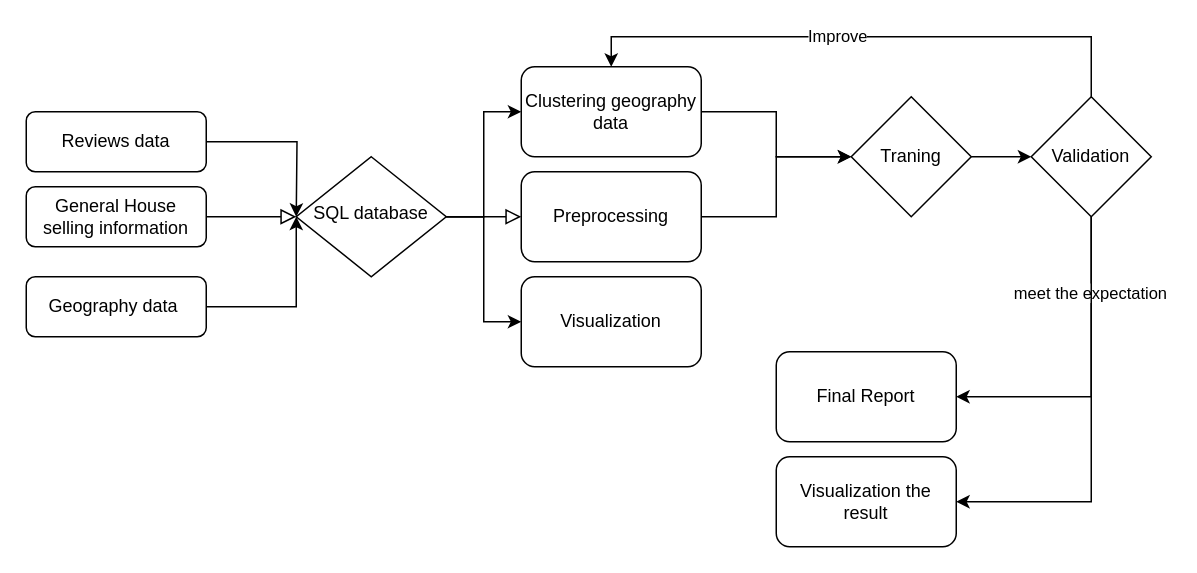
Before: Untitled Diagram.drawio in sakuraszy/STATS-170A-Group, a draw.io diagram. Source tidied: cells renumbered, new cells numbered last; positions are measured from the earlier drawing's top-left corner, leaving out a move shared by most shapes. Both pictures are drawn from the tidied source at 150%, with x=0, y=0 at pixel (26, 36).
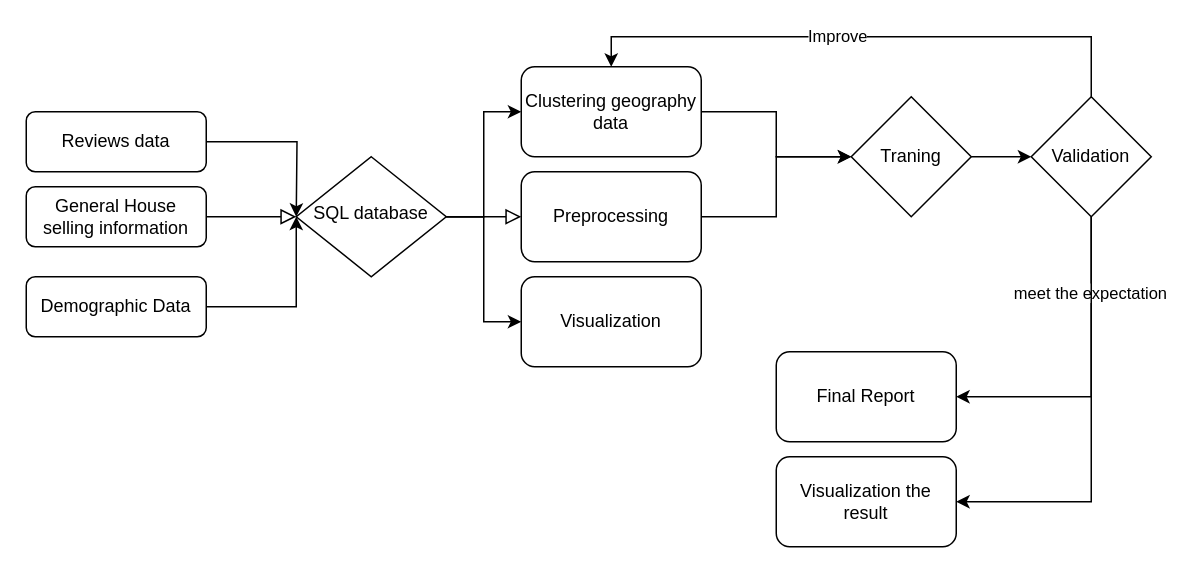
The same page after the edit.

What changed in the source:
```diff
@@
-    <mxCell id="11" value="Geography data&amp;nbsp;" style="rounded=1;whiteSpace=wrap;html=1;fontSize=12;glass=0;strokeWidth=1;shadow=0;" parent="1" vertex="1">
+    <mxCell id="11" value="Demographic Data" style="rounded=1;whiteSpace=wrap;html=1;fontSize=12;glass=0;strokeWidth=1;shadow=0;" parent="1" vertex="1">
       <mxGeometry y="160" width="120" height="40" as="geometry" />
     </mxCell>
```
